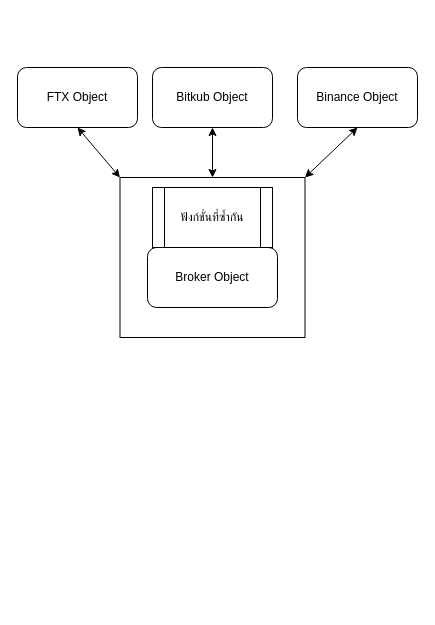
Ravisut/LStR-40 keeps this draw.io diagram as Untitled Diagram.drawio. Above is the earlier version. Source tidied: cells renumbered, new cells numbered last; positions are measured from the earlier drawing's top-left corner, leaving out a move shared by most shapes. Both pictures are drawn from the tidied source at 100%, with x=0, y=0 at pixel (17, 67).
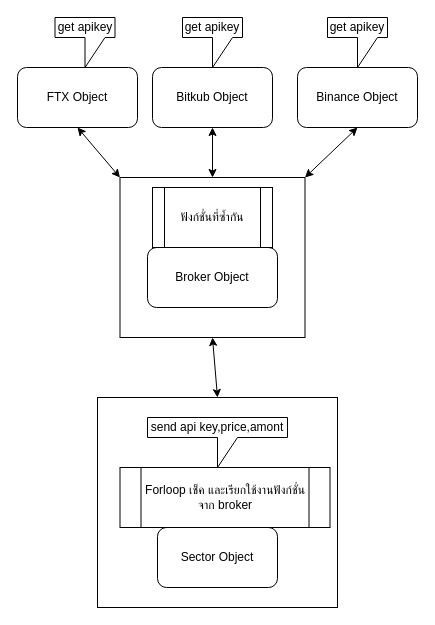
The same diagram, later.

What changed in the source:
```diff
@@
 <mxGraphModel>
   <root>
     <mxCell id="0" />
     <mxCell id="1" parent="0" />
     <mxCell id="2" value="Broker Object" style="rounded=1;whiteSpace=wrap;html=1;" parent="1" vertex="1">
       <mxGeometry x="130" y="180" width="130" height="60" as="geometry" />
     </mxCell>
     <mxCell id="3" value="FTX Object" style="rounded=1;whiteSpace=wrap;html=1;" parent="1" vertex="1">
       <mxGeometry width="120" height="60" as="geometry" />
     </mxCell>
     <mxCell id="4" value="Bitkub Object" style="rounded=1;whiteSpace=wrap;html=1;" parent="1" vertex="1">
       <mxGeometry x="135" width="120" height="60" as="geometry" />
     </mxCell>
     <mxCell id="5" value="Binance Object" style="rounded=1;whiteSpace=wrap;html=1;" parent="1" vertex="1">
       <mxGeometry x="280" width="120" height="60" as="geometry" />
     </mxCell>
     <mxCell id="6" style="rounded=0;whiteSpace=wrap;html=1;gradientDirection=west;fillColor=none;" parent="1" vertex="1">
       <mxGeometry x="102.5" y="110" width="185" height="160" as="geometry" />
     </mxCell>
     <mxCell id="7" value="ฟังก์ชั่นที่ซ้ำกัน" style="shape=process;whiteSpace=wrap;html=1;backgroundOutline=1;fillColor=none;gradientColor=#ffffff;" parent="1" vertex="1">
       <mxGeometry x="135" y="120" width="120" height="60" as="geometry" />
     </mxCell>
     <mxCell id="8" style="endArrow=classic;startArrow=classic;html=1;exitX=1;exitY=0;exitDx=0;exitDy=0;entryX=0.5;entryY=1;entryDx=0;entryDy=0;" parent="1" edge="1" source="6" target="5">
       <mxGeometry relative="1" as="geometry" />
     </mxCell>
     <mxCell id="9" style="endArrow=classic;startArrow=classic;html=1;entryX=0.5;entryY=1;entryDx=0;entryDy=0;exitX=0;exitY=0;exitDx=0;exitDy=0;" parent="1" edge="1" source="6" target="3">
       <mxGeometry relative="1" as="geometry" />
     </mxCell>
     <mxCell id="10" style="endArrow=classic;startArrow=classic;html=1;entryX=0.5;entryY=1;entryDx=0;entryDy=0;exitX=0.5;exitY=0;exitDx=0;exitDy=0;" parent="1" edge="1" source="6" target="4">
       <mxGeometry relative="1" as="geometry" />
     </mxCell>
+    <mxCell id="11" style="rounded=0;whiteSpace=wrap;html=1;gradientColor=#ffffff;fillColor=none;" parent="1" vertex="1">
+      <mxGeometry x="80" y="330" width="240" height="210" as="geometry" />
+    </mxCell>
+    <mxCell id="12" value="get apikey" style="shape=callout;whiteSpace=wrap;html=1;perimeter=calloutPerimeter;fillColor=none;gradientColor=#ffffff;" parent="1" vertex="1">
+      <mxGeometry x="165" y="-50" width="60" height="50" as="geometry" />
+    </mxCell>
+    <mxCell id="13" value="get apikey" style="shape=callout;whiteSpace=wrap;html=1;perimeter=calloutPerimeter;fillColor=none;gradientColor=#ffffff;" parent="1" vertex="1">
+      <mxGeometry x="37.5" y="-50" width="60" height="50" as="geometry" />
+    </mxCell>
+    <mxCell id="14" value="get apikey" style="shape=callout;whiteSpace=wrap;html=1;perimeter=calloutPerimeter;fillColor=none;gradientColor=#ffffff;" parent="1" vertex="1">
+      <mxGeometry x="310" y="-50" width="60" height="50" as="geometry" />
+    </mxCell>
+    <mxCell id="15" style="endArrow=classic;startArrow=classic;html=1;entryX=0.5;entryY=1;entryDx=0;entryDy=0;exitX=0.5;exitY=0;exitDx=0;exitDy=0;" parent="1" edge="1" source="11" target="6">
+      <mxGeometry relative="1" as="geometry" />
+    </mxCell>
+    <mxCell id="16" value="Forloop เช็ค และเรียกใช้งานฟังก์ชั่นจาก broker" style="shape=process;whiteSpace=wrap;html=1;backgroundOutline=1;gradientColor=#ffffff;fillColor=none;" parent="1" vertex="1">
+      <mxGeometry x="102.5" y="400" width="210" height="60" as="geometry" />
+    </mxCell>
+    <mxCell id="17" value="Sector Object" style="rounded=1;whiteSpace=wrap;html=1;fillColor=none;gradientColor=#ffffff;" parent="1" vertex="1">
+      <mxGeometry x="140" y="460" width="120" height="60" as="geometry" />
+    </mxCell>
+    <mxCell id="18" value="send api key,price,amont" style="shape=callout;whiteSpace=wrap;html=1;perimeter=calloutPerimeter;fillColor=none;gradientColor=#ffffff;" parent="1" vertex="1">
+      <mxGeometry x="130" y="350" width="140" height="50" as="geometry" />
+    </mxCell>
   </root>
 </mxGraphModel>
```
